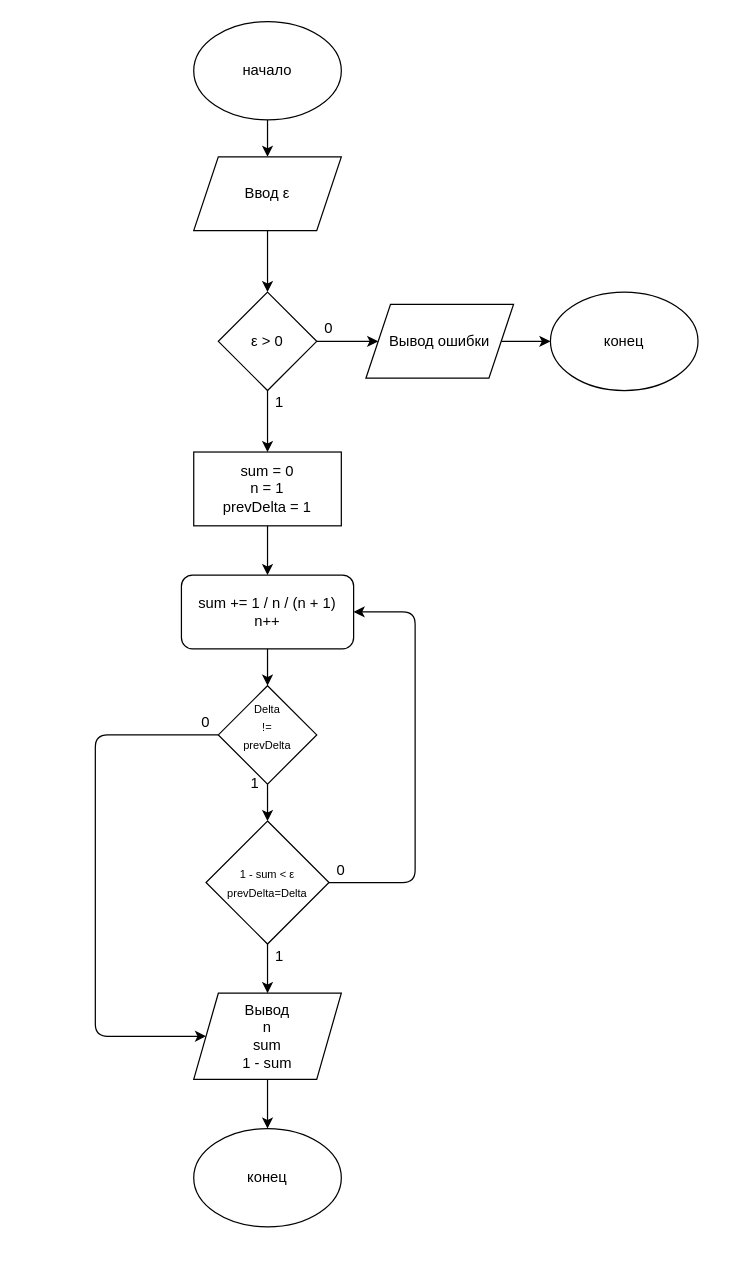
Earlier version of the draw.io diagram text/Диаграмма.drawio (eldarbr/silver-funicular). Source tidied: cells renumbered, new cells numbered last; positions are measured from the earlier drawing's top-left corner, leaving out a move shared by most shapes. Both pictures are drawn from the tidied source at 123%, with x=0, y=0 at pixel (95, 21).
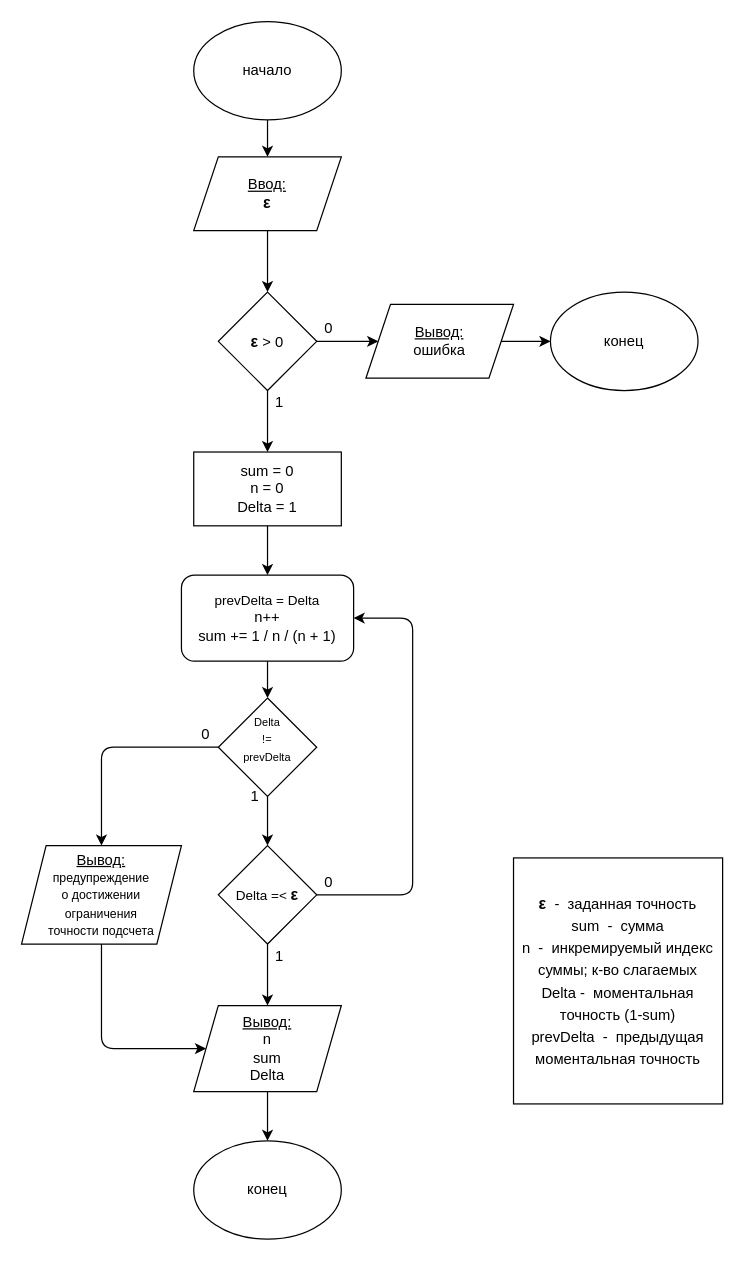
After the change.

Commit message (it also covers changes not shown here):
Diagram, code corrections; work on report

Change to the diagram source:
```diff
@@
-    <mxCell id="5" value="Ввод&amp;nbsp;ε" style="shape=parallelogram;perimeter=parallelogramPerimeter;whiteSpace=wrap;html=1;fixedSize=1;" parent="1" vertex="1">
+    <mxCell id="5" value="&lt;u&gt;Ввод:&lt;/u&gt;&lt;br&gt;&lt;b style=&quot;font-size: 13px&quot;&gt;ε&lt;/b&gt;" style="shape=parallelogram;perimeter=parallelogramPerimeter;whiteSpace=wrap;html=1;fixedSize=1;" parent="1" vertex="1">
       <mxGeometry x="80" y="110" width="120" height="60" as="geometry" />
     </mxCell>
@@
-    <mxCell id="7" value="sum = 0&lt;br&gt;n = 1&lt;br&gt;prevDelta = 1" style="rounded=0;whiteSpace=wrap;html=1;" parent="1" vertex="1">
+    <mxCell id="7" value="sum = 0&lt;br&gt;n = 0&lt;br&gt;Delta = 1" style="rounded=0;whiteSpace=wrap;html=1;" parent="1" vertex="1">
       <mxGeometry x="80" y="350" width="120" height="60" as="geometry" />
     </mxCell>
@@
-    <mxCell id="9" value="sum += 1 / n / (n + 1)&lt;br&gt;n++" style="rounded=1;whiteSpace=wrap;html=1;" parent="1" vertex="1">
-      <mxGeometry x="70" y="450" width="140" height="60" as="geometry" />
+    <mxCell id="9" value="&lt;span style=&quot;font-size: 11px&quot;&gt;prevDelta = Delta&lt;/span&gt;&lt;br&gt;n++&lt;br&gt;sum += 1 / n / (n + 1)" style="rounded=1;whiteSpace=wrap;html=1;" parent="1" vertex="1">
+      <mxGeometry x="70" y="450" width="140" height="70" as="geometry" />
     </mxCell>
@@
-    <mxCell id="11" value="&lt;font style=&quot;font-size: 9px&quot;&gt;1 - sum &amp;lt;&amp;nbsp;ε&lt;br&gt;prevDelta=Delta&lt;/font&gt;" style="rhombus;whiteSpace=wrap;html=1;" parent="1" vertex="1">
-      <mxGeometry x="90" y="650" width="100" height="100" as="geometry" />
+    <mxCell id="11" value="&lt;font&gt;&lt;font style=&quot;font-size: 11px&quot;&gt;Delta =&amp;lt;&amp;nbsp;&lt;/font&gt;&lt;font style=&quot;font-size: 13px&quot;&gt;&lt;b&gt;ε&lt;/b&gt;&lt;/font&gt;&lt;br&gt;&lt;/font&gt;" style="rhombus;whiteSpace=wrap;html=1;" parent="1" vertex="1">
+      <mxGeometry x="100" y="670" width="80" height="80" as="geometry" />
     </mxCell>
-    <mxCell id="12" style="endArrow=classic;html=1;exitX=1;exitY=0.5;exitDx=0;exitDy=0;entryX=1;entryY=0.5;entryDx=0;entryDy=0;" parent="1" edge="1" source="11" target="9">
-      <mxGeometry relative="1" as="geometry">
-        <Array as="points">
-          <mxPoint x="260" y="700" />
-          <mxPoint x="260" y="480" />
-        </Array>
-      </mxGeometry>
-    </mxCell>
     <mxCell id="13" value="0" style="text;html=1;strokeColor=none;fillColor=none;align=center;verticalAlign=middle;whiteSpace=wrap;rounded=0;" parent="1" vertex="1">
-      <mxGeometry x="180" y="680" width="40" height="20" as="geometry" />
+      <mxGeometry x="170" y="690" width="40" height="20" as="geometry" />
     </mxCell>
@@
-    <mxCell id="15" value="Вывод&lt;br&gt;n&lt;br&gt;sum&lt;br&gt;1 - sum" style="shape=parallelogram;perimeter=parallelogramPerimeter;whiteSpace=wrap;html=1;fixedSize=1;" parent="1" vertex="1">
-      <mxGeometry x="80" y="790" width="120" height="70" as="geometry" />
+    <mxCell id="15" value="&lt;u&gt;Вывод:&lt;/u&gt;&lt;br&gt;n&lt;br&gt;sum&lt;br&gt;Delta" style="shape=parallelogram;perimeter=parallelogramPerimeter;whiteSpace=wrap;html=1;fixedSize=1;" parent="1" vertex="1">
+      <mxGeometry x="80" y="800" width="120" height="70" as="geometry" />
     </mxCell>
@@
     <mxCell id="17" value="конец" style="ellipse;whiteSpace=wrap;html=1;" parent="1" vertex="1">
-      <mxGeometry x="80" y="900" width="120" height="80" as="geometry" />
+      <mxGeometry x="80" y="910" width="120" height="80" as="geometry" />
     </mxCell>
@@
-    <mxCell id="20" value="ε &amp;gt; 0" style="rhombus;whiteSpace=wrap;html=1;" parent="1" vertex="1">
+    <mxCell id="20" value="&lt;b style=&quot;font-size: 13px&quot;&gt;ε&lt;/b&gt;&amp;nbsp;&amp;gt; 0" style="rhombus;whiteSpace=wrap;html=1;" parent="1" vertex="1">
       <mxGeometry x="100" y="220" width="80" height="80" as="geometry" />
     </mxCell>
@@
-    <mxCell id="22" value="Вывод ошибки" style="shape=parallelogram;perimeter=parallelogramPerimeter;whiteSpace=wrap;html=1;fixedSize=1;" parent="1" vertex="1">
+    <mxCell id="22" value="&lt;u&gt;Вывод:&lt;/u&gt;&lt;br&gt;ошибка" style="shape=parallelogram;perimeter=parallelogramPerimeter;whiteSpace=wrap;html=1;fixedSize=1;" parent="1" vertex="1">
       <mxGeometry x="220" y="230" width="120" height="60" as="geometry" />
     </mxCell>
@@
     <mxCell id="27" value="&lt;font style=&quot;font-size: 9px&quot;&gt;Delta&lt;br&gt;!=&lt;br&gt;prevDelta&lt;br&gt;&lt;br&gt;&lt;/font&gt;" style="rhombus;whiteSpace=wrap;html=1;" parent="1" vertex="1">
-      <mxGeometry x="100" y="540" width="80" height="80" as="geometry" />
+      <mxGeometry x="100" y="550" width="80" height="80" as="geometry" />
     </mxCell>
     <mxCell id="28" value="0" style="text;html=1;strokeColor=none;fillColor=none;align=center;verticalAlign=middle;whiteSpace=wrap;rounded=0;" parent="1" vertex="1">
-      <mxGeometry x="70" y="560" width="40" height="20" as="geometry" />
+      <mxGeometry x="70" y="570" width="40" height="20" as="geometry" />
     </mxCell>
     <mxCell id="29" value="1" style="text;html=1;strokeColor=none;fillColor=none;align=center;verticalAlign=middle;whiteSpace=wrap;rounded=0;" parent="1" vertex="1">
-      <mxGeometry x="110" y="610" width="40" height="20" as="geometry" />
+      <mxGeometry x="110" y="620" width="40" height="20" as="geometry" />
     </mxCell>
-    <mxCell id="30" style="endArrow=classic;html=1;exitX=0.75;exitY=1;exitDx=0;exitDy=0;entryX=0;entryY=0.5;entryDx=0;entryDy=0;" parent="1" edge="1" source="28" target="15">
+    <mxCell id="30" style="endArrow=classic;html=1;exitX=0.75;exitY=1;exitDx=0;exitDy=0;entryX=0.5;entryY=0;entryDx=0;entryDy=0;" parent="1" edge="1" source="28" target="32">
       <mxGeometry relative="1" as="geometry">
         <Array as="points">
-          <mxPoint y="580" />
-          <mxPoint y="825" />
+          <mxPoint x="5" y="590" />
         </Array>
       </mxGeometry>
     </mxCell>
+    <mxCell id="31" value="&lt;span style=&quot;line-height: 1.5&quot;&gt;&lt;b style=&quot;font-size: 13px&quot;&gt;ε&lt;/b&gt;&amp;nbsp; -&amp;nbsp; заданная точность&lt;br&gt;sum&amp;nbsp; -&amp;nbsp; сумма&lt;br&gt;n&amp;nbsp; -&amp;nbsp; инкремируемый индекс суммы; к-во слагаемых&lt;br&gt;Delta -&amp;nbsp; моментальная точность (1-sum)&lt;br&gt;prevDelta&amp;nbsp; -&amp;nbsp; предыдущая моментальная точность&lt;br&gt;&lt;/span&gt;" style="rounded=0;whiteSpace=wrap;html=1;" parent="1" vertex="1">
+      <mxGeometry x="340" y="680" width="170" height="200" as="geometry" />
+    </mxCell>
+    <mxCell id="12" style="endArrow=classic;html=1;exitX=1;exitY=0.5;exitDx=0;exitDy=0;entryX=1;entryY=0.5;entryDx=0;entryDy=0;" parent="1" edge="1" source="11" target="9">
+      <mxGeometry relative="1" as="geometry">
+        <Array as="points">
+          <mxPoint x="258" y="710" />
+          <mxPoint x="258" y="485" />
+        </Array>
+      </mxGeometry>
+    </mxCell>
+    <mxCell id="32" value="&lt;font&gt;&lt;u&gt;&lt;font style=&quot;font-size: 12px&quot;&gt;Вывод:&lt;/font&gt;&lt;/u&gt;&lt;br&gt;&lt;span style=&quot;font-size: 10px&quot;&gt;предупреждение&lt;/span&gt;&lt;br&gt;&lt;span style=&quot;font-size: 10px&quot;&gt;о достижении&lt;/span&gt;&lt;br&gt;&lt;span style=&quot;font-size: 10px&quot;&gt;ограничения&lt;/span&gt;&lt;br&gt;&lt;span style=&quot;font-size: 10px&quot;&gt;точности подсчета&lt;/span&gt;&lt;/font&gt;" style="shape=parallelogram;perimeter=parallelogramPerimeter;whiteSpace=wrap;html=1;fixedSize=1;align=center;" parent="1" vertex="1">
+      <mxGeometry x="-60" y="670" width="130" height="80" as="geometry" />
+    </mxCell>
+    <mxCell id="33" style="endArrow=classic;html=1;exitX=0.5;exitY=1;exitDx=0;exitDy=0;entryX=0;entryY=0.5;entryDx=0;entryDy=0;" parent="1" edge="1" source="32" target="15">
+      <mxGeometry relative="1" as="geometry">
+        <Array as="points">
+          <mxPoint x="5" y="835" />
+        </Array>
+      </mxGeometry>
+    </mxCell>
```
